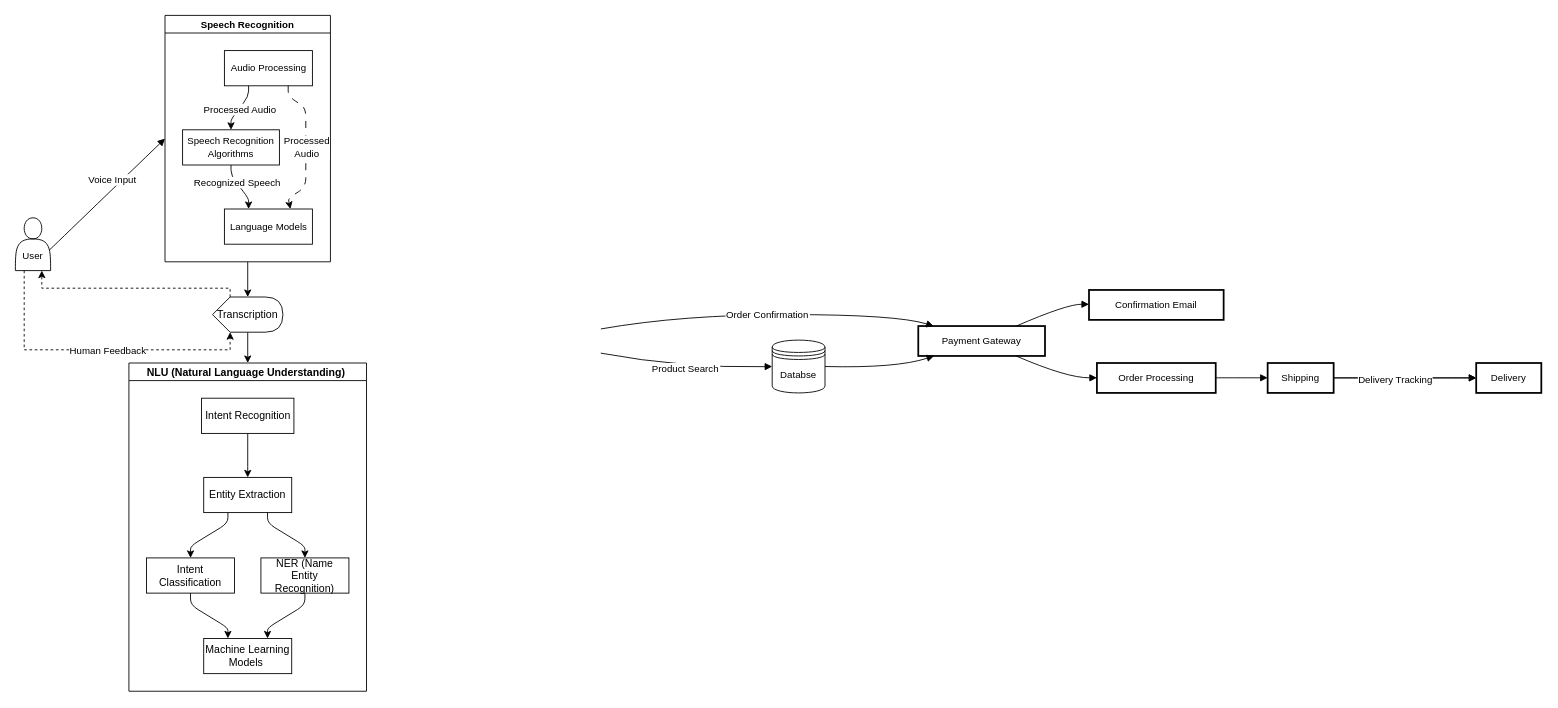
Above: Voice Assisted Shopping SA.drawio in shpatrickguo/side-projects (draw.io), before the change. Source tidied: cells renumbered, new cells numbered last; positions are measured from the earlier drawing's top-left corner, leaving out a move shared by most shapes. Both pictures are drawn from the tidied source at 88%, with x=0, y=0 at pixel (15, 15).
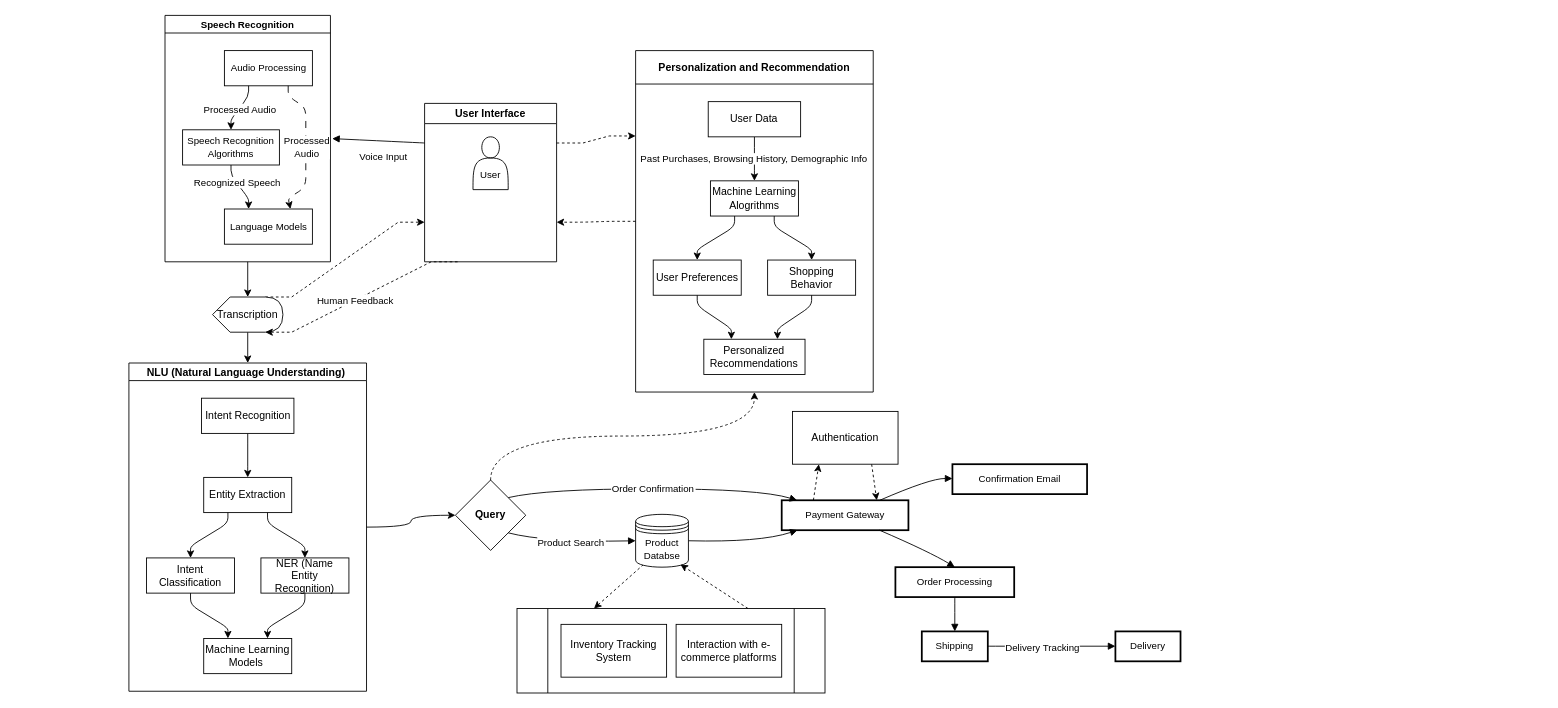
Above is the later version.

Unchanged cells that the change refers to:
```xml
<mxCell id="21" value="Speech Recognition" style="swimlane;startSize=20;horizontal=1;flowOrientation=north;interRankCellSpacing=50;containerType=tree;fontSize=11;rotation=0;rounded=0;direction=east;" parent="1" vertex="1">
  <mxGeometry x="170" width="188" height="280" as="geometry" />
</mxCell>
<mxCell id="33" value="Transcription" style="shape=display;whiteSpace=wrap;html=1;" parent="1" vertex="1">
  <mxGeometry x="224" y="320" width="80" height="40" as="geometry" />
</mxCell>
<mxCell id="34" value="NLU (Natural Language Understanding) " style="swimlane;startSize=20;horizontal=1;flowOrientation=north;interRankCellSpacing=50;containerType=tree;fontSize=12;" parent="1" vertex="1">
  <mxGeometry x="129" y="395" width="270" height="373" as="geometry" />
</mxCell>
```

The edit, as a diff of the source:
```diff
@@
+    <mxCell id="47" style="rounded=0;jettySize=auto;html=1;exitX=0.25;exitY=0;exitDx=0;exitDy=0;entryX=0.25;entryY=1;entryDx=0;entryDy=0;dashed=1;" parent="1" edge="1" source="2" target="72">
+      <mxGeometry relative="1" as="geometry" />
+    </mxCell>
     <mxCell id="2" value="Payment Gateway" style="whiteSpace=wrap;strokeWidth=2;fontSize=11;" parent="1" vertex="1">
-      <mxGeometry x="1026" y="353" width="144" height="34" as="geometry" />
+      <mxGeometry x="870.8" y="551" width="144" height="34" as="geometry" />
     </mxCell>
     <mxCell id="3" value="Confirmation Email" style="whiteSpace=wrap;strokeWidth=2;fontSize=11;" parent="1" vertex="1">
-      <mxGeometry x="1220" y="312" width="153" height="34" as="geometry" />
+      <mxGeometry x="1064.8" y="510" width="153" height="34" as="geometry" />
     </mxCell>
     <mxCell id="4" value="Order Processing" style="whiteSpace=wrap;strokeWidth=2;fontSize=11;" parent="1" vertex="1">
-      <mxGeometry x="1229" y="395" width="135" height="34" as="geometry" />
+      <mxGeometry x="1000" y="627" width="135" height="34" as="geometry" />
     </mxCell>
-    <mxCell id="5" style="edgeStyle=orthogonalEdgeStyle;rounded=0;jettySize=auto;html=1;" parent="1" edge="1" source="6" target="7">
-      <mxGeometry relative="1" as="geometry" />
-    </mxCell>
     <mxCell id="6" value="Shipping" style="whiteSpace=wrap;strokeWidth=2;fontSize=11;" parent="1" vertex="1">
-      <mxGeometry x="1423" y="395" width="75" height="34" as="geometry" />
+      <mxGeometry x="1030" y="700" width="75" height="34" as="geometry" />
     </mxCell>
     <mxCell id="7" value="Delivery" style="whiteSpace=wrap;strokeWidth=2;fontSize=11;" parent="1" vertex="1">
-      <mxGeometry x="1660" y="395" width="74" height="34" as="geometry" />
+      <mxGeometry x="1250" y="700" width="74" height="34" as="geometry" />
     </mxCell>
-    <mxCell id="8" style="curved=1;startArrow=none;endArrow=block;exitX=0.75;exitY=0.75;exitDx=0;exitDy=0;exitPerimeter=0;fontSize=11;entryX=0;entryY=0.5;entryDx=0;entryDy=0;" parent="1" edge="1" source="19" target="21">
-      <mxGeometry relative="1" as="geometry" />
+    <mxCell id="8" style="curved=1;startArrow=none;endArrow=block;exitX=0;exitY=0.25;exitDx=0;exitDy=0;fontSize=11;" parent="1" edge="1" source="70">
+      <mxGeometry relative="1" as="geometry">
+        <mxPoint x="360" y="140" as="targetPoint" />
+      </mxGeometry>
     </mxCell>
     <mxCell id="9" value="Voice Input" style="edgeLabel;html=1;align=center;verticalAlign=middle;fontSize=11;" parent="8" vertex="1">
       <mxGeometry x="0.3" y="4" relative="1" as="geometry">
-        <mxPoint x="-8" y="2" as="offset" />
+        <mxPoint x="21" y="15" as="offset" />
       </mxGeometry>
     </mxCell>
-    <mxCell id="10" value="Product Search" style="curved=1;startArrow=none;endArrow=block;exitX=1.0009548611111112;exitY=0.590812759277581;entryX=0;entryY=0.5;entryDx=0;entryDy=0;fontSize=11;" parent="1" edge="1" target="18">
+    <mxCell id="10" value="Product Search" style="curved=1;startArrow=none;endArrow=block;exitX=1;exitY=1;entryX=0;entryY=0.5;entryDx=0;entryDy=0;fontSize=11;exitDx=0;exitDy=0;" parent="1" edge="1" source="51" target="18">
       <mxGeometry relative="1" as="geometry">
-        <mxPoint x="665.2" y="383.8" as="sourcePoint" />
         <Array as="points">
-          <mxPoint x="758" y="401" />
+          <mxPoint x="602.8" y="599" />
         </Array>
       </mxGeometry>
     </mxCell>
-    <mxCell id="11" value="Order Confirmation" style="curved=1;startArrow=none;endArrow=block;exitX=1.0009548611111112;exitY=0.409968490722419;entryX=0.12864320959984038;entryY=0.00942095588235294;fontSize=11;" parent="1" edge="1" target="2">
+    <mxCell id="11" value="Order Confirmation" style="curved=1;startArrow=none;endArrow=block;exitX=1;exitY=0;entryX=0.12864320959984038;entryY=0.00942095588235294;fontSize=11;exitDx=0;exitDy=0;" parent="1" edge="1" source="51" target="2">
       <mxGeometry relative="1" as="geometry">
-        <mxPoint x="665.3" y="356.3" as="sourcePoint" />
         <Array as="points">
-          <mxPoint x="758" y="340" />
-          <mxPoint x="1001" y="340" />
+          <mxPoint x="602.8" y="538" />
+          <mxPoint x="845.8" y="538" />
         </Array>
       </mxGeometry>
     </mxCell>
     <mxCell id="12" style="curved=1;startArrow=none;endArrow=block;exitX=1;exitY=0.5;entryX=0.12864320959984038;entryY=0.9947150735294118;exitDx=0;exitDy=0;fontSize=11;" parent="1" edge="1" source="18" target="2">
       <mxGeometry relative="1" as="geometry">
         <Array as="points">
-          <mxPoint x="1001" y="401" />
+          <mxPoint x="845.8" y="599" />
         </Array>
       </mxGeometry>
     </mxCell>
     <mxCell id="13" style="curved=1;startArrow=none;endArrow=block;exitX=0.7688025641425484;exitY=0.00942095588235294;entryX=-0.0013786764705882354;entryY=0.48000919117647056;fontSize=11;" parent="1" edge="1" source="2" target="3">
       <mxGeometry relative="1" as="geometry">
         <Array as="points">
-          <mxPoint x="1195" y="328" />
+          <mxPoint x="1039.8" y="526" />
         </Array>
       </mxGeometry>
     </mxCell>
-    <mxCell id="14" style="curved=1;startArrow=none;endArrow=block;exitX=0.7688025641425484;exitY=0.9947150735294118;entryX=-0.0005208333333333333;entryY=0.49471507352941174;fontSize=11;" parent="1" edge="1" source="2" target="4">
+    <mxCell id="14" style="curved=1;startArrow=none;endArrow=block;exitX=0.7688025641425484;exitY=0.9947150735294118;entryX=0.5;entryY=0;fontSize=11;entryDx=0;entryDy=0;" parent="1" edge="1" source="2" target="4">
       <mxGeometry relative="1" as="geometry">
         <Array as="points">
-          <mxPoint x="1195" y="412" />
+          <mxPoint x="1039.8" y="610" />
         </Array>
       </mxGeometry>
     </mxCell>
-    <mxCell id="15" style="curved=1;startArrow=none;endArrow=block;exitX=0.9964699074074074;exitY=0.49471507352941174;entryX=-0.004479166666666667;entryY=0.49471507352941174;fontSize=11;" parent="1" edge="1" source="4" target="6">
+    <mxCell id="15" style="curved=1;startArrow=none;endArrow=block;exitX=0.5;exitY=1;entryX=0.5;entryY=0;fontSize=11;exitDx=0;exitDy=0;entryDx=0;entryDy=0;" parent="1" edge="1" source="4" target="6">
       <mxGeometry relative="1" as="geometry" />
     </mxCell>
@@
+    <mxCell id="48" style="rounded=0;jettySize=auto;html=1;exitX=0.15;exitY=0.95;exitDx=0;exitDy=0;exitPerimeter=0;entryX=0.25;entryY=0;entryDx=0;entryDy=0;dashed=1;" parent="1" edge="1" source="18" target="52">
+      <mxGeometry relative="1" as="geometry" />
+    </mxCell>
-    <mxCell id="18" value="Databse" style="shape=datastore;whiteSpace=wrap;html=1;fontSize=11;" parent="1" vertex="1">
-      <mxGeometry x="860" y="369" width="60" height="60" as="geometry" />
+    <mxCell id="18" value="Product&lt;br&gt;Databse" style="shape=datastore;whiteSpace=wrap;html=1;fontSize=11;" parent="1" vertex="1">
+      <mxGeometry x="704.8" y="567" width="60" height="60" as="geometry" />
     </mxCell>
-    <mxCell id="19" value="&lt;br style=&quot;font-size: 11px;&quot;&gt;&lt;br style=&quot;font-size: 11px;&quot;&gt;User" style="shape=actor;whiteSpace=wrap;html=1;fontSize=11;" parent="1" vertex="1">
-      <mxGeometry y="230" width="40" height="60" as="geometry" />
-    </mxCell>
@@
-    <mxCell id="32" style="edgeStyle=orthogonalEdgeStyle;rounded=0;jettySize=auto;html=1;exitX=0;exitY=0;exitDx=20;exitDy=0;exitPerimeter=0;entryX=0.75;entryY=1;entryDx=0;entryDy=0;dashed=1;" parent="1" edge="1" source="33" target="19">
-      <mxGeometry relative="1" as="geometry">
-        <Array as="points">
-          <mxPoint x="244" y="310" />
-          <mxPoint x="30" y="310" />
-        </Array>
-      </mxGeometry>
+    <mxCell id="32" style="rounded=0;jettySize=auto;html=1;exitX=0;exitY=0;exitDx=60;exitDy=0;exitPerimeter=0;dashed=1;entryX=0;entryY=0.75;entryDx=0;entryDy=0;edgeStyle=entityRelationEdgeStyle;" parent="1" edge="1" source="33" target="70">
+      <mxGeometry relative="1" as="geometry" />
     </mxCell>
@@
+    <mxCell id="49" style="edgeStyle=orthogonalEdgeStyle;rounded=0;jettySize=auto;html=1;curved=1;" parent="1" edge="1" source="34" target="51">
+      <mxGeometry relative="1" as="geometry" />
+    </mxCell>
@@
-    <mxCell id="45" style="edgeStyle=orthogonalEdgeStyle;rounded=0;jettySize=auto;html=1;exitX=0.25;exitY=1;exitDx=0;exitDy=0;entryX=0;entryY=0;entryDx=20;entryDy=40;entryPerimeter=0;dashed=1;" parent="1" edge="1" source="19" target="33">
+    <mxCell id="45" style="rounded=0;jettySize=auto;html=1;entryX=0;entryY=0;entryDx=60;entryDy=40;entryPerimeter=0;dashed=1;edgeStyle=entityRelationEdgeStyle;exitX=0.25;exitY=1;exitDx=0;exitDy=0;" parent="1" edge="1" source="70" target="33">
       <mxGeometry relative="1" as="geometry" />
     </mxCell>
@@
+    <mxCell id="50" style="edgeStyle=orthogonalEdgeStyle;rounded=0;jettySize=auto;html=1;exitX=0.5;exitY=0;exitDx=0;exitDy=0;entryX=0.5;entryY=1;entryDx=0;entryDy=0;dashed=1;curved=1;" parent="1" edge="1" source="51" target="57">
+      <mxGeometry relative="1" as="geometry" />
+    </mxCell>
+    <mxCell id="51" value="Query" style="rhombus;whiteSpace=wrap;html=1;fontStyle=1;startSize=20;" parent="1" vertex="1">
+      <mxGeometry x="500" y="528" width="80" height="80" as="geometry" />
+    </mxCell>
+    <mxCell id="52" style="shape=process;whiteSpace=wrap;html=1;backgroundOutline=1;" parent="1" vertex="1">
+      <mxGeometry x="570" y="674" width="350" height="96" as="geometry" />
+    </mxCell>
+    <mxCell id="53" style="rounded=0;jettySize=auto;html=1;exitX=0.75;exitY=0;exitDx=0;exitDy=0;entryX=0.85;entryY=0.95;entryDx=0;entryDy=0;entryPerimeter=0;dashed=1;" parent="1" edge="1" source="52" target="18">
+      <mxGeometry relative="1" as="geometry" />
+    </mxCell>
+    <mxCell id="54" value="Inventory Tracking System" style="rounded=0;whiteSpace=wrap;html=1;" parent="1" vertex="1">
+      <mxGeometry x="620" y="692" width="120" height="60" as="geometry" />
+    </mxCell>
+    <mxCell id="55" value="Interaction with e-commerce platforms" style="rounded=0;whiteSpace=wrap;html=1;" parent="1" vertex="1">
+      <mxGeometry x="750.8" y="692" width="120" height="60" as="geometry" />
+    </mxCell>
+    <mxCell id="56" style="edgeStyle=entityRelationEdgeStyle;rounded=1;jettySize=auto;html=1;entryX=1;entryY=0.75;entryDx=0;entryDy=0;curved=0;dashed=1;" parent="1" edge="1" source="57" target="70">
+      <mxGeometry relative="1" as="geometry" />
+    </mxCell>
+    <mxCell id="57" value="Personalization and Recommendation" style="swimlane;startSize=38;horizontal=1;flowOrientation=north;interRankCellSpacing=50;containerType=tree;fontSize=12;" parent="1" vertex="1">
+      <mxGeometry x="704.8" y="40" width="270" height="388" as="geometry" />
+    </mxCell>
+    <mxCell id="58" value="Machine Learning Alogrithms" style="whiteSpace=wrap;html=1;" parent="57" vertex="1">
+      <mxGeometry x="85" y="148" width="100" height="40" as="geometry" />
+    </mxCell>
+    <mxCell id="59" value="User Preferences" style="whiteSpace=wrap;html=1;" parent="57" vertex="1">
+      <mxGeometry x="20" y="238" width="100" height="40" as="geometry" />
+    </mxCell>
+    <mxCell id="60" style="html=1;rounded=1;curved=0;sourcePerimeterSpacing=0;targetPerimeterSpacing=0;startSize=6;endSize=6;noEdgeStyle=1;orthogonal=1;" parent="57" edge="1" source="58" target="59">
+      <mxGeometry relative="1" as="geometry">
+        <Array as="points">
+          <mxPoint x="112.5" y="200" />
+          <mxPoint x="70" y="226" />
+        </Array>
+      </mxGeometry>
+    </mxCell>
+    <mxCell id="61" value="Shopping Behavior" style="whiteSpace=wrap;html=1;" parent="57" vertex="1">
+      <mxGeometry x="150" y="238" width="100" height="40" as="geometry" />
+    </mxCell>
+    <mxCell id="62" style="html=1;rounded=1;curved=0;sourcePerimeterSpacing=0;targetPerimeterSpacing=0;startSize=6;endSize=6;noEdgeStyle=1;orthogonal=1;" parent="57" edge="1" source="58" target="61">
+      <mxGeometry relative="1" as="geometry">
+        <Array as="points">
+          <mxPoint x="157.5" y="200" />
+          <mxPoint x="200" y="226" />
+        </Array>
+      </mxGeometry>
+    </mxCell>
+    <mxCell id="63" value="Personalized Recommendations" style="whiteSpace=wrap;html=1;" parent="57" vertex="1">
+      <mxGeometry x="77.5" y="328" width="115" height="40" as="geometry" />
+    </mxCell>
+    <mxCell id="64" style="html=1;rounded=1;curved=0;sourcePerimeterSpacing=0;targetPerimeterSpacing=0;startSize=6;endSize=6;noEdgeStyle=1;orthogonal=1;" parent="57" edge="1" source="59" target="63">
+      <mxGeometry relative="1" as="geometry">
+        <Array as="points">
+          <mxPoint x="70" y="290" />
+          <mxPoint x="108.8" y="316" />
+        </Array>
+      </mxGeometry>
+    </mxCell>
+    <mxCell id="65" style="html=1;rounded=1;curved=0;sourcePerimeterSpacing=0;targetPerimeterSpacing=0;startSize=6;endSize=6;noEdgeStyle=1;orthogonal=1;" parent="57" edge="1" source="61" target="63">
+      <mxGeometry relative="1" as="geometry">
+        <Array as="points">
+          <mxPoint x="200" y="290" />
+          <mxPoint x="161.2" y="316" />
+        </Array>
+      </mxGeometry>
+    </mxCell>
+    <mxCell id="66" style="edgeStyle=orthogonalEdgeStyle;rounded=0;jettySize=auto;html=1;entryX=0.5;entryY=0;entryDx=0;entryDy=0;noEdgeStyle=1;orthogonal=1;" parent="57" edge="1" source="68" target="58">
+      <mxGeometry relative="1" as="geometry">
+        <Array as="points">
+          <mxPoint x="135" y="110" />
+          <mxPoint x="135" y="136" />
+        </Array>
+      </mxGeometry>
+    </mxCell>
+    <mxCell id="67" value="Past Purchases, Browsing History, Demographic Info" style="edgeLabel;html=1;align=center;verticalAlign=middle;" parent="66" vertex="1">
+      <mxGeometry x="-0.06" y="-1" relative="1" as="geometry" />
+    </mxCell>
+    <mxCell id="68" value="User Data" style="rounded=0;whiteSpace=wrap;html=1;" parent="57" vertex="1">
+      <mxGeometry x="82.5" y="58" width="105" height="40" as="geometry" />
+    </mxCell>
+    <mxCell id="69" style="edgeStyle=entityRelationEdgeStyle;rounded=0;jettySize=auto;html=1;exitX=1;exitY=0.25;exitDx=0;exitDy=0;entryX=0;entryY=0.25;entryDx=0;entryDy=0;dashed=1;" parent="1" edge="1" source="70" target="57">
+      <mxGeometry relative="1" as="geometry" />
+    </mxCell>
+    <mxCell id="70" value="User Interface" style="swimlane;whiteSpace=wrap;html=1;" parent="1" vertex="1">
+      <mxGeometry x="465" y="100" width="150" height="180" as="geometry" />
+    </mxCell>
+    <mxCell id="19" value="&lt;br style=&quot;font-size: 11px;&quot;&gt;&lt;br style=&quot;font-size: 11px;&quot;&gt;User" style="shape=actor;whiteSpace=wrap;html=1;fontSize=11;" parent="70" vertex="1">
+      <mxGeometry x="55" y="38" width="40" height="60" as="geometry" />
+    </mxCell>
+    <mxCell id="71" style="rounded=0;jettySize=auto;html=1;exitX=0.75;exitY=1;exitDx=0;exitDy=0;entryX=0.75;entryY=0;entryDx=0;entryDy=0;dashed=1;" parent="1" edge="1" source="72" target="2">
+      <mxGeometry relative="1" as="geometry" />
+    </mxCell>
+    <mxCell id="72" value="Authentication" style="rounded=0;whiteSpace=wrap;html=1;" parent="1" vertex="1">
+      <mxGeometry x="883" y="450" width="120" height="60" as="geometry" />
+    </mxCell>
```
